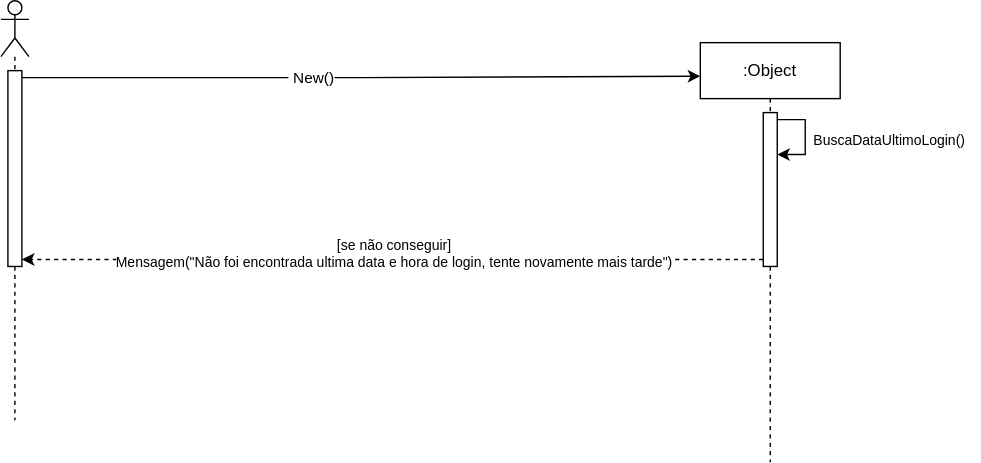
Earlier version of the draw.io export CScaso14.drawio.svg (JesCat16/Projeto01_Modelagem_De_Software). Source tidied: cells renumbered, new cells last; positions are measured from the earlier drawing's top-left corner, leaving out a move shared by most shapes. The source it was exported from:
```xml
<mxGraphModel>
  <root>
    <mxCell id="0" />
    <mxCell id="1" parent="0" />
    <mxCell id="2" style="shape=umlLifeline;perimeter=lifelinePerimeter;whiteSpace=wrap;html=1;newEdgeStyle={&quot;curved&quot;:0,&quot;rounded&quot;:0};participant=umlActor;" parent="1" vertex="1">
      <mxGeometry width="20" height="300" as="geometry" />
    </mxCell>
    <mxCell id="3" style="edgeStyle=orthogonalEdgeStyle;rounded=0;jettySize=auto;html=1;curved=0;exitX=1;exitY=0;exitDx=0;exitDy=5;exitPerimeter=0;" parent="2" edge="1" source="5">
      <mxGeometry relative="1" as="geometry">
        <mxPoint x="500" y="54" as="targetPoint" />
      </mxGeometry>
    </mxCell>
    <mxCell id="4" value="&amp;nbsp;New()" style="edgeLabel;html=1;align=center;verticalAlign=middle;" parent="3" vertex="1">
      <mxGeometry x="-0.15" y="1" relative="1" as="geometry" />
    </mxCell>
    <mxCell id="5" style="html=1;points=[[0,0,0,0,5],[0,1,0,0,-5],[1,0,0,0,5],[1,1,0,0,-5]];perimeter=orthogonalPerimeter;outlineConnect=0;targetShapes=umlLifeline;portConstraint=eastwest;newEdgeStyle={&quot;curved&quot;:0,&quot;rounded&quot;:0};" parent="2" vertex="1">
      <mxGeometry x="5" y="50" width="10" height="140" as="geometry" />
    </mxCell>
    <mxCell id="6" value=":Object" style="shape=umlLifeline;perimeter=lifelinePerimeter;whiteSpace=wrap;html=1;newEdgeStyle={&quot;curved&quot;:0,&quot;rounded&quot;:0};" parent="1" vertex="1">
      <mxGeometry x="500" y="30" width="100" height="300" as="geometry" />
    </mxCell>
    <mxCell id="7" style="html=1;points=[[0,0,0,0,5],[0,1,0,0,-5],[1,0,0,0,5],[1,1,0,0,-5]];perimeter=orthogonalPerimeter;outlineConnect=0;targetShapes=umlLifeline;portConstraint=eastwest;newEdgeStyle={&quot;curved&quot;:0,&quot;rounded&quot;:0};" parent="6" vertex="1">
      <mxGeometry x="45" y="50" width="10" height="110" as="geometry" />
    </mxCell>
    <mxCell id="8" style="edgeStyle=orthogonalEdgeStyle;rounded=0;orthogonalLoop=1;jettySize=auto;html=1;curved=0;exitX=1;exitY=0;exitDx=0;exitDy=5;exitPerimeter=0;" parent="6" edge="1" source="7" target="7">
      <mxGeometry relative="1" as="geometry">
        <Array as="points">
          <mxPoint x="75" y="55" />
          <mxPoint x="75" y="80" />
        </Array>
      </mxGeometry>
    </mxCell>
    <mxCell id="9" value="&lt;font style=&quot;font-size: 10px;&quot;&gt;BuscaDataUltimoLogin()&lt;/font&gt;" style="text;html=1;align=center;verticalAlign=middle;strokeColor=none;fillColor=none;" parent="1" vertex="1">
      <mxGeometry x="570" y="85" width="130" height="30" as="geometry" />
    </mxCell>
    <mxCell id="10" style="edgeStyle=orthogonalEdgeStyle;rounded=0;jettySize=auto;html=1;curved=0;exitX=0;exitY=1;exitDx=0;exitDy=-5;exitPerimeter=0;entryX=1;entryY=1;entryDx=0;entryDy=-5;entryPerimeter=0;dashed=1;" parent="1" edge="1" source="7" target="5">
      <mxGeometry relative="1" as="geometry" />
    </mxCell>
    <mxCell id="11" value="&lt;font style=&quot;font-size: 10px;&quot;&gt;[se não conseguir]&lt;/font&gt;&lt;div style=&quot;font-size: 10px;&quot;&gt;&lt;font style=&quot;font-size: 10px;&quot;&gt;Mensagem(&quot;Não foi encontrada ultima data e hora de login, tente novamente mais tarde&quot;)&lt;/font&gt;&lt;/div&gt;" style="edgeLabel;html=1;align=center;verticalAlign=middle;" parent="10" vertex="1">
      <mxGeometry x="0.19" y="-3" relative="1" as="geometry">
        <mxPoint x="51" y="-2" as="offset" />
      </mxGeometry>
    </mxCell>
  </root>
</mxGraphModel>
```
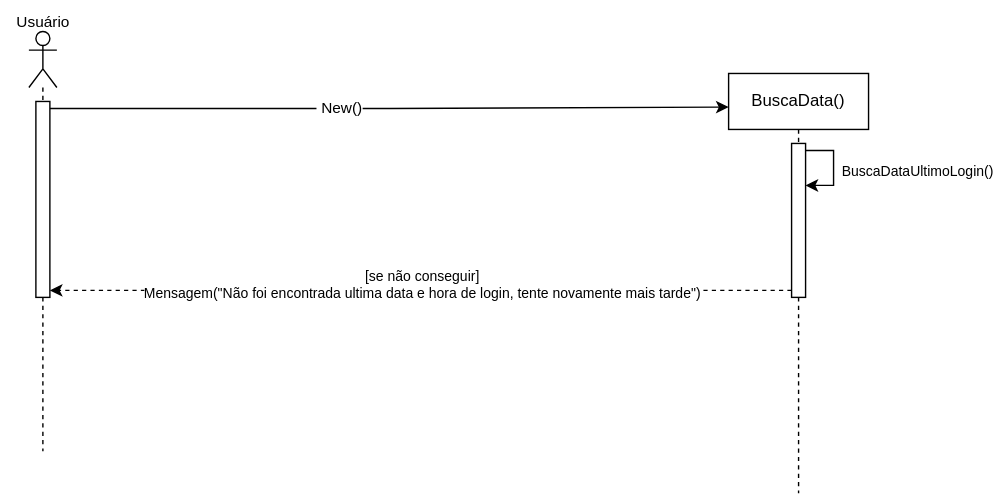
Later version of the same file.

The edit, as a diff of the source:
```diff
@@ -16,7 +16,7 @@
     <mxCell id="5" style="html=1;points=[[0,0,0,0,5],[0,1,0,0,-5],[1,0,0,0,5],[1,1,0,0,-5]];perimeter=orthogonalPerimeter;outlineConnect=0;targetShapes=umlLifeline;portConstraint=eastwest;newEdgeStyle={&quot;curved&quot;:0,&quot;rounded&quot;:0};" parent="2" vertex="1">
       <mxGeometry x="5" y="50" width="10" height="140" as="geometry" />
     </mxCell>
-    <mxCell id="6" value=":Object" style="shape=umlLifeline;perimeter=lifelinePerimeter;whiteSpace=wrap;html=1;newEdgeStyle={&quot;curved&quot;:0,&quot;rounded&quot;:0};" parent="1" vertex="1">
+    <mxCell id="6" value="BuscaData()" style="shape=umlLifeline;perimeter=lifelinePerimeter;whiteSpace=wrap;html=1;newEdgeStyle={&quot;curved&quot;:0,&quot;rounded&quot;:0};" parent="1" vertex="1">
       <mxGeometry x="500" y="30" width="100" height="300" as="geometry" />
     </mxCell>
     <mxCell id="7" style="html=1;points=[[0,0,0,0,5],[0,1,0,0,-5],[1,0,0,0,5],[1,1,0,0,-5]];perimeter=orthogonalPerimeter;outlineConnect=0;targetShapes=umlLifeline;portConstraint=eastwest;newEdgeStyle={&quot;curved&quot;:0,&quot;rounded&quot;:0};" parent="6" vertex="1">
@@ -41,5 +41,8 @@
         <mxPoint x="51" y="-2" as="offset" />
       </mxGeometry>
     </mxCell>
+    <mxCell id="12" value="&lt;font style=&quot;font-size: 11px;&quot;&gt;Usuário&lt;/font&gt;" style="text;html=1;align=center;verticalAlign=middle;strokeColor=none;fillColor=none;" parent="1" vertex="1">
+      <mxGeometry x="-20" y="-22" width="60" height="30" as="geometry" />
+    </mxCell>
   </root>
 </mxGraphModel>
```
